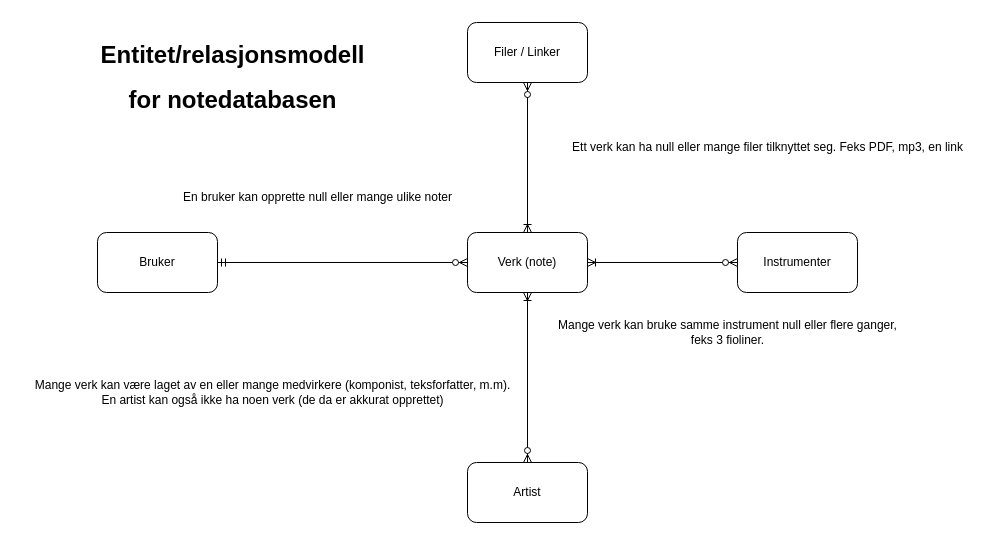
Above: page "Page-1" (1 of 2) of Noter.drawio in rasmusjs/notedatabase (draw.io), before the change. Source tidied: cells renumbered, new cells numbered last; positions are measured from the earlier drawing's top-left corner, leaving out a move shared by most shapes. Both pictures are drawn from the tidied source at 100%, with x=0, y=0 at pixel (17, 17).
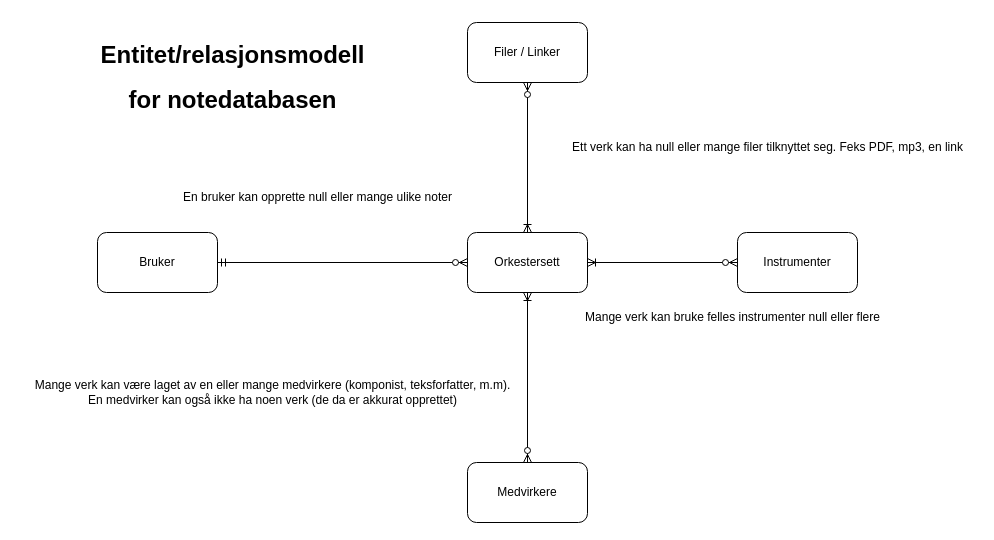
Above is the later version.

Commit message:
Brøyt opp mange til mange relasjoner.

Diff of the diagram source:
```diff
@@
 <mxGraphModel>
   <root>
     <mxCell id="0" />
     <mxCell id="1" parent="0" />
     <mxCell id="2" value="Bruker" style="rounded=1;whiteSpace=wrap;html=1;" parent="1" vertex="1">
       <mxGeometry x="80" y="215" width="120" height="60" as="geometry" />
     </mxCell>
-    <mxCell id="3" value="Verk (note)" style="rounded=1;whiteSpace=wrap;html=1;" parent="1" vertex="1">
+    <mxCell id="3" value="Orkestersett" style="rounded=1;whiteSpace=wrap;html=1;" parent="1" vertex="1">
       <mxGeometry x="450" y="215" width="120" height="60" as="geometry" />
     </mxCell>
-    <mxCell id="4" value="Artist" style="rounded=1;whiteSpace=wrap;html=1;" parent="1" vertex="1">
+    <mxCell id="4" value="Medvirkere " style="rounded=1;whiteSpace=wrap;html=1;" parent="1" vertex="1">
       <mxGeometry x="450" y="445" width="120" height="60" as="geometry" />
     </mxCell>
     <mxCell id="5" value="Filer / Linker" style="rounded=1;whiteSpace=wrap;html=1;" parent="1" vertex="1">
       <mxGeometry x="450" y="5" width="120" height="60" as="geometry" />
     </mxCell>
     <mxCell id="6" style="fontSize=12;html=1;endArrow=ERzeroToMany;startArrow=ERmandOne;rounded=0;exitX=1;exitY=0.5;exitDx=0;exitDy=0;entryX=0;entryY=0.5;entryDx=0;entryDy=0;" parent="1" edge="1" source="2" target="3">
       <mxGeometry relative="1" as="geometry" />
     </mxCell>
     <mxCell id="7" style="fontSize=12;html=1;endArrow=ERzeroToMany;startArrow=ERoneToMany;rounded=0;exitX=0.5;exitY=0;exitDx=0;exitDy=0;entryX=0.5;entryY=1;entryDx=0;entryDy=0;startFill=0;" parent="1" edge="1" source="3" target="5">
       <mxGeometry relative="1" as="geometry" />
     </mxCell>
     <mxCell id="8" style="fontSize=12;html=1;endArrow=ERzeroToMany;startArrow=ERoneToMany;rounded=0;exitX=0.5;exitY=1;exitDx=0;exitDy=0;entryX=0.5;entryY=0;entryDx=0;entryDy=0;startFill=0;" parent="1" edge="1" source="3" target="4">
       <mxGeometry relative="1" as="geometry" />
     </mxCell>
     <mxCell id="9" value="En bruker kan opprette null eller mange ulike noter" style="text;html=1;align=center;verticalAlign=middle;strokeColor=none;fillColor=none;" parent="1" vertex="1">
       <mxGeometry x="150" y="165" width="300" height="30" as="geometry" />
     </mxCell>
-    <mxCell id="10" value="&lt;div&gt;Mange verk kan være laget av en eller mange medvirkere (komponist, teksforfatter, m.m). &lt;br&gt;&lt;/div&gt;&lt;div&gt;En artist kan også ikke ha noen verk (de da er akkurat opprettet)&lt;/div&gt;" style="text;html=1;align=center;verticalAlign=middle;strokeColor=none;fillColor=none;" parent="1" vertex="1">
+    <mxCell id="10" value="&lt;div&gt;Mange verk kan være laget av en eller mange medvirkere (komponist, teksforfatter, m.m). &lt;br&gt;&lt;/div&gt;&lt;div&gt;En medvirker kan også ikke ha noen verk (de da er akkurat opprettet)&lt;/div&gt;" style="text;html=1;align=center;verticalAlign=middle;strokeColor=none;fillColor=none;" parent="1" vertex="1">
       <mxGeometry y="355" width="510" height="40" as="geometry" />
     </mxCell>
     <mxCell id="11" value="Instrumenter" style="rounded=1;whiteSpace=wrap;html=1;" parent="1" vertex="1">
       <mxGeometry x="720" y="215" width="120" height="60" as="geometry" />
     </mxCell>
     <mxCell id="12" style="fontSize=12;html=1;endArrow=ERzeroToMany;startArrow=ERoneToMany;rounded=0;exitX=1;exitY=0.5;exitDx=0;exitDy=0;entryX=0;entryY=0.5;entryDx=0;entryDy=0;startFill=0;" parent="1" edge="1" source="3" target="11">
       <mxGeometry relative="1" as="geometry" />
     </mxCell>
-    <mxCell id="13" value="&lt;div&gt;Mange verk kan bruke samme instrument null eller flere ganger, &lt;br&gt;&lt;/div&gt;&lt;div&gt;feks 3 fioliner.&lt;br&gt;&lt;/div&gt;" style="text;html=1;align=center;verticalAlign=middle;strokeColor=none;fillColor=none;" parent="1" vertex="1">
-      <mxGeometry x="525" y="295" width="370" height="40" as="geometry" />
+    <mxCell id="13" value="&lt;div&gt;Mange verk kan bruke felles instrumenter null eller flere&lt;/div&gt;" style="text;html=1;align=center;verticalAlign=middle;strokeColor=none;fillColor=none;" parent="1" vertex="1">
+      <mxGeometry x="550" y="285" width="330" height="30" as="geometry" />
     </mxCell>
     <mxCell id="14" value="Ett verk kan ha null eller mange filer tilknyttet seg. Feks PDF, mp3, en link" style="text;html=1;align=center;verticalAlign=middle;strokeColor=none;fillColor=none;" parent="1" vertex="1">
       <mxGeometry x="540" y="115" width="420" height="30" as="geometry" />
     </mxCell>
     <mxCell id="15" value="&lt;h1 class=&quot;section-h&quot;&gt;Entitet/relasjonsmodell&lt;/h1&gt;&lt;h1 class=&quot;section-h&quot;&gt;for notedatabasen&lt;br&gt;&lt;/h1&gt;" style="text;html=1;align=center;verticalAlign=middle;strokeColor=none;fillColor=none;" parent="1" vertex="1">
       <mxGeometry x="70" width="290" height="120" as="geometry" />
     </mxCell>
   </root>
 </mxGraphModel>
```
